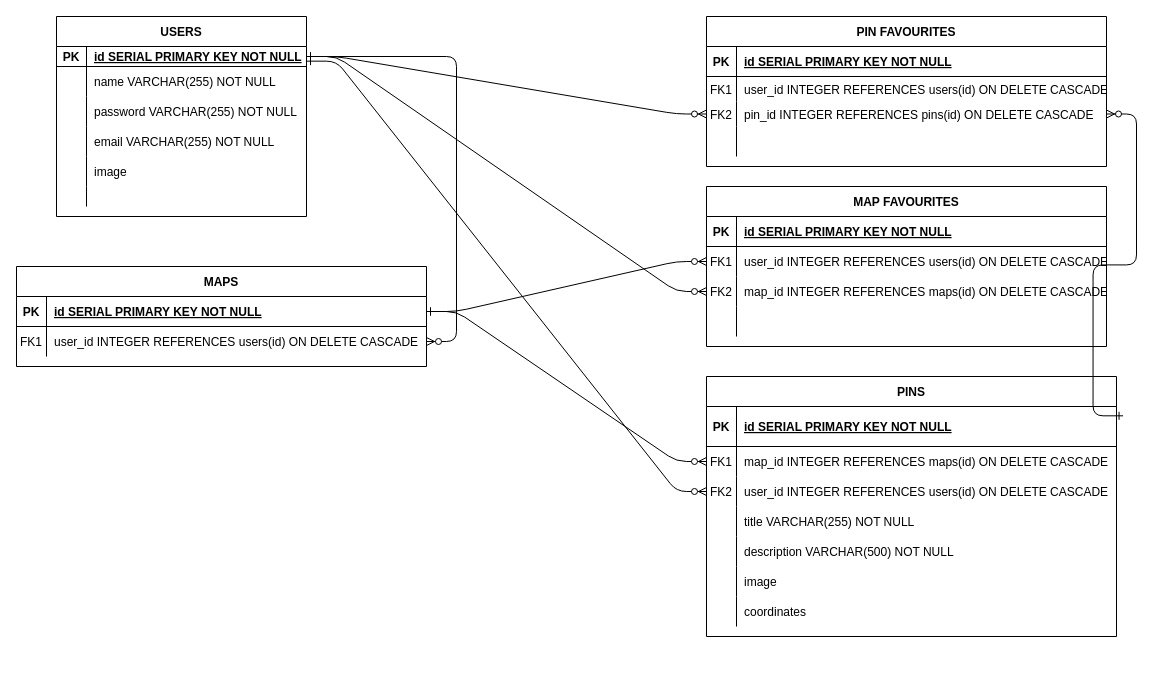
Jason-Wall/lhl-midterm keeps this draw.io diagram as Untitled Diagram.drawio. Above is the earlier version. Source tidied: cells renumbered, new cells numbered last; positions are measured from the earlier drawing's top-left corner, leaving out a move shared by most shapes. Both pictures are drawn from the tidied source at 100%, with x=0, y=0 at pixel (16, 16).
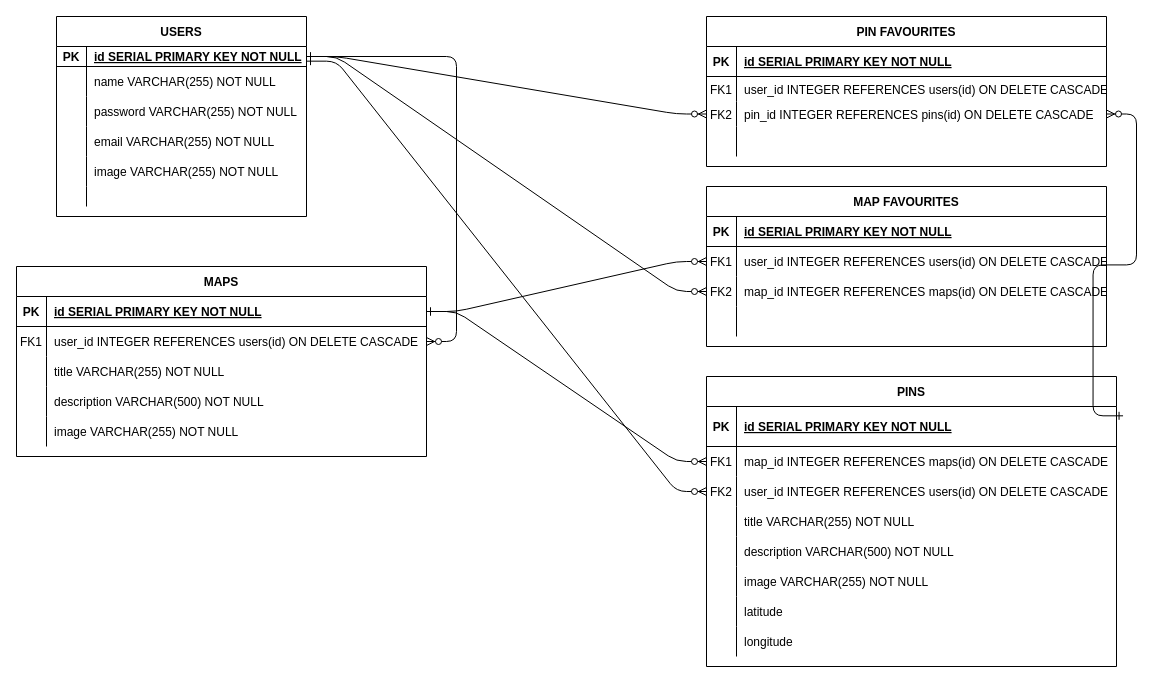
Above is the later version.

Unchanged cells that the change refers to:
```xml
<mxCell id="32" style="shape=partialRectangle;fillColor=none;top=0;left=0;right=0;bottom=0;" parent="16" vertex="1">
  <mxGeometry y="190" width="410" height="30" as="geometry" />
</mxCell>
<mxCell id="35" style="shape=partialRectangle;fillColor=none;top=0;left=0;right=0;bottom=0;" parent="16" vertex="1">
  <mxGeometry y="220" width="410" height="30" as="geometry" />
</mxCell>
<mxCell id="58" style="shape=partialRectangle;fillColor=none;top=0;left=0;right=0;bottom=0;" parent="45" vertex="1">
  <mxGeometry y="140" width="250" height="30" as="geometry" />
</mxCell>
```

What changed in the source:
```diff
@@
     <mxCell id="16" value="PINS" style="shape=table;startSize=30;childLayout=tableLayout;rowLines=0;fontStyle=1;align=center;" parent="1" vertex="1">
-      <mxGeometry x="690" y="360" width="410" height="260" as="geometry" />
+      <mxGeometry x="690" y="360" width="410" height="290" as="geometry" />
     </mxCell>
@@
-    <mxCell id="34" value="image" style="shape=partialRectangle;overflow=hidden;fillColor=none;top=0;left=0;bottom=0;right=0;align=left;spacingLeft=6;" parent="32" vertex="1">
+    <mxCell id="34" value="image VARCHAR(255) NOT NULL" style="shape=partialRectangle;overflow=hidden;fillColor=none;top=0;left=0;bottom=0;right=0;align=left;spacingLeft=6;" parent="32" vertex="1">
       <mxGeometry x="30" width="380" height="30" as="geometry" />
     </mxCell>
@@
-    <mxCell id="37" value="coordinates" style="shape=partialRectangle;overflow=hidden;fillColor=none;top=0;left=0;bottom=0;right=0;align=left;spacingLeft=6;" parent="35" vertex="1">
+    <mxCell id="37" value="latitude" style="shape=partialRectangle;overflow=hidden;fillColor=none;top=0;left=0;bottom=0;right=0;align=left;spacingLeft=6;" parent="35" vertex="1">
       <mxGeometry x="30" width="380" height="30" as="geometry" />
     </mxCell>
+    <mxCell id="83" style="shape=partialRectangle;fillColor=none;top=0;left=0;right=0;bottom=0;" parent="16" vertex="1">
+      <mxGeometry y="250" width="410" height="30" as="geometry" />
+    </mxCell>
+    <mxCell id="84" style="shape=partialRectangle;overflow=hidden;fillColor=none;top=0;left=0;bottom=0;right=0;" parent="83" vertex="1">
+      <mxGeometry width="30" height="30" as="geometry" />
+    </mxCell>
+    <mxCell id="85" value="longitude" style="shape=partialRectangle;overflow=hidden;fillColor=none;top=0;left=0;bottom=0;right=0;align=left;spacingLeft=6;" parent="83" vertex="1">
+      <mxGeometry x="30" width="380" height="30" as="geometry" />
+    </mxCell>
     <mxCell id="38" value="MAPS" style="shape=table;startSize=30;childLayout=tableLayout;rowLines=0;fontStyle=1;align=center;" parent="1" vertex="1">
-      <mxGeometry y="250" width="410" height="100" as="geometry" />
+      <mxGeometry y="250" width="410" height="190" as="geometry" />
     </mxCell>
@@
+    <mxCell id="86" style="shape=partialRectangle;fillColor=none;top=0;left=0;right=0;bottom=0;" parent="38" vertex="1">
+      <mxGeometry y="90" width="410" height="30" as="geometry" />
+    </mxCell>
+    <mxCell id="87" style="shape=partialRectangle;overflow=hidden;fillColor=none;top=0;left=0;bottom=0;right=0;" parent="86" vertex="1">
+      <mxGeometry width="30" height="30" as="geometry" />
+    </mxCell>
+    <mxCell id="88" value="title VARCHAR(255) NOT NULL" style="shape=partialRectangle;overflow=hidden;fillColor=none;top=0;left=0;bottom=0;right=0;align=left;spacingLeft=6;" parent="86" vertex="1">
+      <mxGeometry x="30" width="380" height="30" as="geometry" />
+    </mxCell>
+    <mxCell id="89" style="shape=partialRectangle;fillColor=none;top=0;left=0;right=0;bottom=0;" parent="38" vertex="1">
+      <mxGeometry y="120" width="410" height="30" as="geometry" />
+    </mxCell>
+    <mxCell id="90" style="shape=partialRectangle;overflow=hidden;fillColor=none;top=0;left=0;bottom=0;right=0;" parent="89" vertex="1">
+      <mxGeometry width="30" height="30" as="geometry" />
+    </mxCell>
+    <mxCell id="91" value="description VARCHAR(500) NOT NULL" style="shape=partialRectangle;overflow=hidden;fillColor=none;top=0;left=0;bottom=0;right=0;align=left;spacingLeft=6;" parent="89" vertex="1">
+      <mxGeometry x="30" width="380" height="30" as="geometry" />
+    </mxCell>
+    <mxCell id="92" style="shape=partialRectangle;fillColor=none;top=0;left=0;right=0;bottom=0;" parent="38" vertex="1">
+      <mxGeometry y="150" width="410" height="30" as="geometry" />
+    </mxCell>
+    <mxCell id="93" style="shape=partialRectangle;overflow=hidden;fillColor=none;top=0;left=0;bottom=0;right=0;" parent="92" vertex="1">
+      <mxGeometry width="30" height="30" as="geometry" />
+    </mxCell>
+    <mxCell id="94" value="image VARCHAR(255) NOT NULL" style="shape=partialRectangle;overflow=hidden;fillColor=none;top=0;left=0;bottom=0;right=0;align=left;spacingLeft=6;" parent="92" vertex="1">
+      <mxGeometry x="30" width="380" height="30" as="geometry" />
+    </mxCell>
@@
-    <mxCell id="60" value="image" style="shape=partialRectangle;overflow=hidden;fillColor=none;top=0;left=0;bottom=0;right=0;align=left;spacingLeft=6;" parent="58" vertex="1">
+    <mxCell id="60" value="image VARCHAR(255) NOT NULL" style="shape=partialRectangle;overflow=hidden;fillColor=none;top=0;left=0;bottom=0;right=0;align=left;spacingLeft=6;" parent="58" vertex="1">
       <mxGeometry x="30" width="220" height="30" as="geometry" />
     </mxCell>
```
